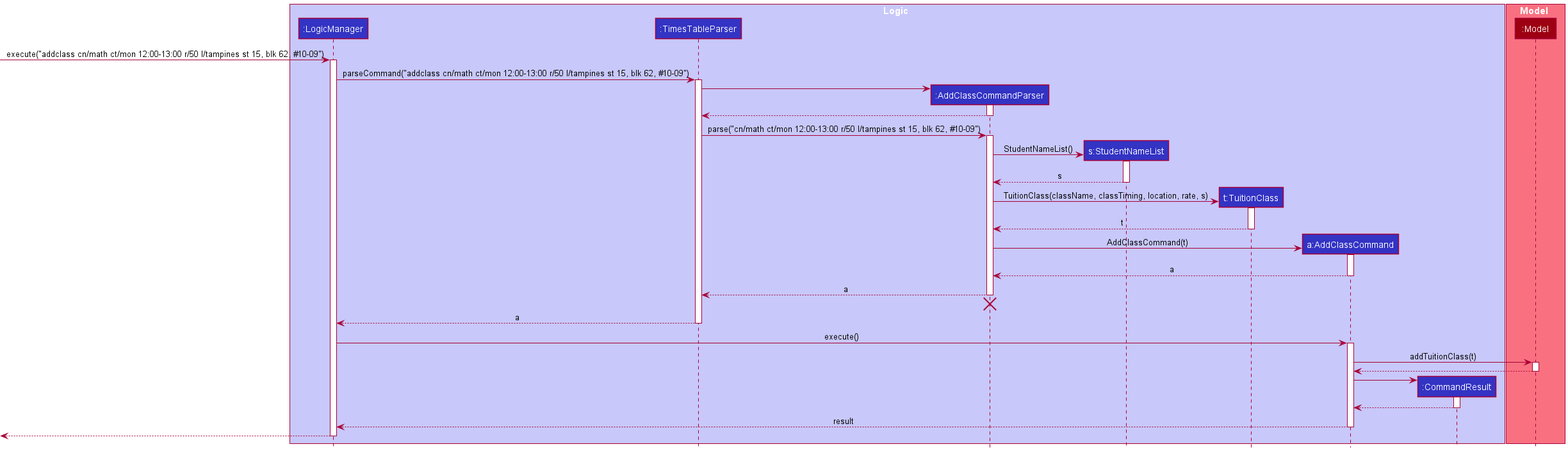
The PlantUML diagram docs/images/AddClassSequenceDiagram.png in softmagnet/tp, before a commit.
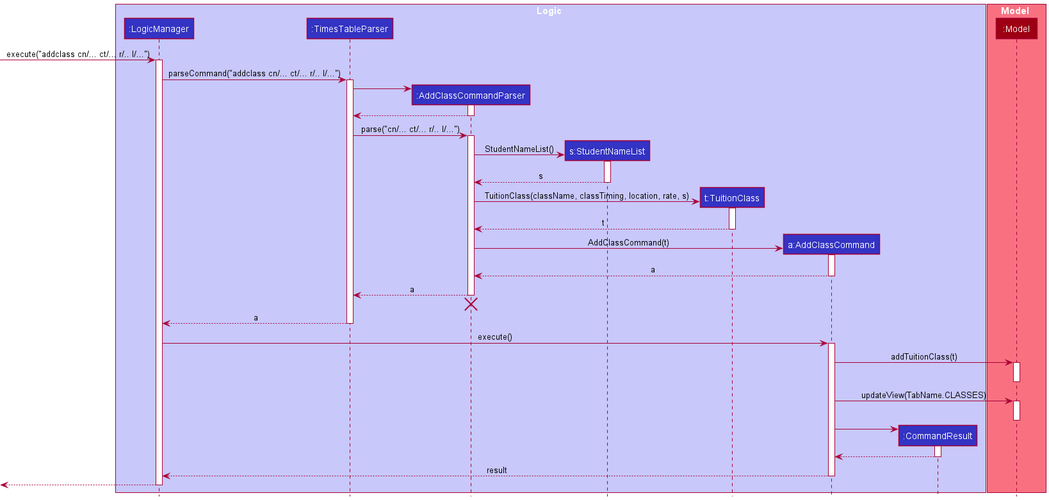
After the commit.

Commit message:
update addclass UML diagrams

Change to the diagram source:
```diff
@@ -15,10 +15,10 @@
 participant ":Model" as Model MODEL_COLOR
 end box
 
-[-> LogicManager : execute("addclass cn/math ct/mon 12:00-13:00 r/50 l/tampines st 15, blk 62, #10-09")
+[-> LogicManager : execute("addclass cn/... ct/... r/.. l/...")
 activate LogicManager
 
-LogicManager -> TimesTableParser : parseCommand("addclass cn/math ct/mon 12:00-13:00 r/50 l/tampines st 15, blk 62, #10-09")
+LogicManager -> TimesTableParser : parseCommand("addclass cn/... ct/... r/.. l/...")
 activate TimesTableParser
 
 create AddClassCommandParser
@@ -28,7 +28,7 @@
 AddClassCommandParser --> TimesTableParser
 deactivate AddClassCommandParser
 
-TimesTableParser -> AddClassCommandParser : parse("cn/math ct/mon 12:00-13:00 r/50 l/tampines st 15, blk 62, #10-09")
+TimesTableParser -> AddClassCommandParser : parse("cn/... ct/... r/.. l/...")
 activate AddClassCommandParser
 
 create StudentNameList
@@ -65,8 +65,10 @@
 
 AddClassCommand -> Model : addTuitionClass(t)
 activate Model
+deactivate Model
 
-Model --> AddClassCommand
+AddClassCommand -> Model : updateView(TabName.CLASSES)
+activate Model
 deactivate Model
 
 create CommandResult
```
